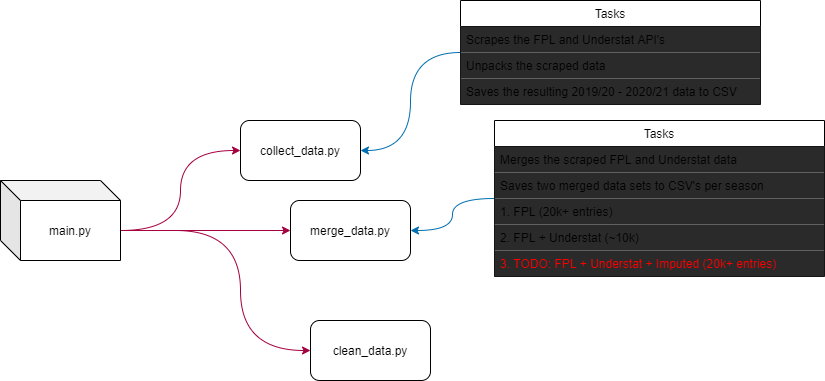
Fransie-dev/FPL-Ensembling keeps this draw.io diagram as fig/flow_img.png. Above is the earlier version. Source tidied: cells renumbered, new cells last; positions are measured from the earlier drawing's top-left corner, leaving out a move shared by most shapes.
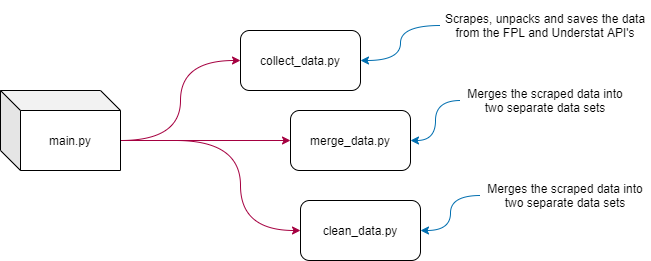
The same diagram one commit later.

Commit message:
updt fig

The edit, as a diff of the source:
```diff
@@ -9,7 +9,7 @@
       <mxGeometry x="290" y="200" width="120" height="60" as="geometry" />
     </mxCell>
     <mxCell id="4" value="clean_data.py" style="rounded=1;whiteSpace=wrap;html=1;" parent="1" vertex="1">
-      <mxGeometry x="310" y="320" width="120" height="60" as="geometry" />
+      <mxGeometry x="300" y="290" width="120" height="60" as="geometry" />
     </mxCell>
     <mxCell id="5" style="edgeStyle=orthogonalEdgeStyle;curved=1;jettySize=auto;html=1;exitX=0;exitY=0;exitDx=120;exitDy=50;entryX=0;entryY=0.5;entryDx=0;entryDy=0;fillColor=#d80073;strokeColor=#A50040;exitPerimeter=0;" parent="1" edge="1" source="8" target="2">
       <mxGeometry relative="1" as="geometry" />
@@ -29,41 +29,23 @@
     <mxCell id="8" value="main.py" style="shape=cube;whiteSpace=wrap;html=1;boundedLbl=1;backgroundOutline=1;darkOpacity=0.05;darkOpacity2=0.1;" parent="1" vertex="1">
       <mxGeometry y="180" width="120" height="80" as="geometry" />
     </mxCell>
-    <mxCell id="9" style="edgeStyle=orthogonalEdgeStyle;jettySize=auto;html=1;exitX=0;exitY=0.5;exitDx=0;exitDy=0;entryX=1;entryY=0.5;entryDx=0;entryDy=0;curved=1;fillColor=#1ba1e2;strokeColor=#006EAF;" parent="1" edge="1" source="10" target="2">
+    <mxCell id="9" style="edgeStyle=orthogonalEdgeStyle;jettySize=auto;html=1;exitX=0;exitY=0.5;exitDx=0;exitDy=0;entryX=1;entryY=0.5;entryDx=0;entryDy=0;curved=1;fillColor=#1ba1e2;strokeColor=#006EAF;" parent="1" edge="1" source="21" target="2">
       <mxGeometry relative="1" as="geometry" />
     </mxCell>
-    <mxCell id="10" value="Tasks" style="swimlane;fontStyle=0;horizontal=1;startSize=26;" parent="1" vertex="1">
-      <mxGeometry x="460" width="300" height="104" as="geometry" />
-    </mxCell>
-    <mxCell id="11" value="Scrapes the FPL and Understat API's" style="text;strokeColor=none;align=left;verticalAlign=top;spacingLeft=4;spacingRight=4;overflow=hidden;fillColor=#2a2a2a;" parent="10" vertex="1">
-      <mxGeometry y="26" width="300" height="26" as="geometry" />
-    </mxCell>
-    <mxCell id="12" value="Unpacks the scraped data" style="text;strokeColor=none;align=left;verticalAlign=top;spacingLeft=4;spacingRight=4;overflow=hidden;fillColor=#2a2a2a;" parent="10" vertex="1">
-      <mxGeometry y="52" width="300" height="26" as="geometry" />
-    </mxCell>
-    <mxCell id="13" value="Saves the resulting 2019/20 - 2020/21 data to CSV " style="text;strokeColor=none;align=left;verticalAlign=top;spacingLeft=4;spacingRight=4;overflow=hidden;fillColor=#2a2a2a;" parent="10" vertex="1">
-      <mxGeometry y="78" width="300" height="26" as="geometry" />
-    </mxCell>
-    <mxCell id="14" style="edgeStyle=orthogonalEdgeStyle;curved=1;jettySize=auto;html=1;exitX=0;exitY=0.5;exitDx=0;exitDy=0;entryX=1;entryY=0.5;entryDx=0;entryDy=0;fontColor=#FF0000;fillColor=#1ba1e2;strokeColor=#006EAF;" parent="1" edge="1" source="15" target="3">
+    <mxCell id="14" style="edgeStyle=orthogonalEdgeStyle;curved=1;jettySize=auto;html=1;entryX=1;entryY=0.5;entryDx=0;entryDy=0;fontColor=#FF0000;fillColor=#1ba1e2;strokeColor=#006EAF;" parent="1" edge="1" source="22" target="3">
       <mxGeometry relative="1" as="geometry" />
     </mxCell>
-    <mxCell id="15" value="Tasks" style="swimlane;fontStyle=0;horizontal=1;startSize=26;" parent="1" vertex="1">
-      <mxGeometry x="494" y="120" width="330" height="156" as="geometry" />
-    </mxCell>
-    <mxCell id="16" value="Merges the scraped FPL and Understat data" style="text;strokeColor=none;align=left;verticalAlign=top;spacingLeft=4;spacingRight=4;overflow=hidden;fillColor=#2a2a2a;" parent="15" vertex="1">
-      <mxGeometry y="26" width="330" height="26" as="geometry" />
-    </mxCell>
-    <mxCell id="17" value="Saves two merged data sets to CSV's per season" style="text;strokeColor=none;align=left;verticalAlign=top;spacingLeft=4;spacingRight=4;overflow=hidden;fillColor=#2a2a2a;" parent="15" vertex="1">
-      <mxGeometry y="52" width="330" height="26" as="geometry" />
-    </mxCell>
-    <mxCell id="18" value="1. FPL (20k+ entries)" style="text;strokeColor=none;align=left;verticalAlign=top;spacingLeft=4;spacingRight=4;overflow=hidden;fillColor=#2a2a2a;" parent="15" vertex="1">
-      <mxGeometry y="78" width="330" height="26" as="geometry" />
-    </mxCell>
-    <mxCell id="19" value="2. FPL + Understat (~10k)" style="text;strokeColor=none;align=left;verticalAlign=top;spacingLeft=4;spacingRight=4;overflow=hidden;fillColor=#2a2a2a;" parent="15" vertex="1">
-      <mxGeometry y="104" width="330" height="26" as="geometry" />
-    </mxCell>
-    <mxCell id="20" value="3. TODO: FPL + Understat + Imputed (20k+ entries)" style="text;strokeColor=none;align=left;verticalAlign=top;spacingLeft=4;spacingRight=4;overflow=hidden;fillColor=#2a2a2a;fontColor=#FF0000;" parent="15" vertex="1">
-      <mxGeometry y="130" width="330" height="26" as="geometry" />
-    </mxCell>
+    <mxCell id="21" value="Scrapes, unpacks and saves the data from the FPL and Understat API's" style="text;html=1;strokeColor=none;fillColor=none;align=center;verticalAlign=middle;whiteSpace=wrap;rounded=0;" parent="1" vertex="1">
+      <mxGeometry x="440" y="90" width="210" height="50" as="geometry" />
+    </mxCell>
+    <mxCell id="22" value="Merges the scraped data into two separate data sets" style="text;html=1;strokeColor=none;fillColor=none;align=center;verticalAlign=middle;whiteSpace=wrap;rounded=0;" parent="1" vertex="1">
+      <mxGeometry x="460" y="170" width="170" height="40" as="geometry" />
+    </mxCell>
+    <mxCell id="23" style="edgeStyle=orthogonalEdgeStyle;curved=1;jettySize=auto;html=1;entryX=1;entryY=0.5;entryDx=0;entryDy=0;fontColor=#FF0000;fillColor=#1ba1e2;strokeColor=#006EAF;" parent="1" edge="1" source="24" target="4">
+      <mxGeometry relative="1" as="geometry" />
+    </mxCell>
+    <mxCell id="24" value="Merges the scraped data into two separate data sets" style="text;html=1;strokeColor=none;fillColor=none;align=center;verticalAlign=middle;whiteSpace=wrap;rounded=0;" parent="1" vertex="1">
+      <mxGeometry x="480" y="270" width="170" height="30" as="geometry" />
+    </mxCell>
   </root>
 </mxGraphModel>
```
